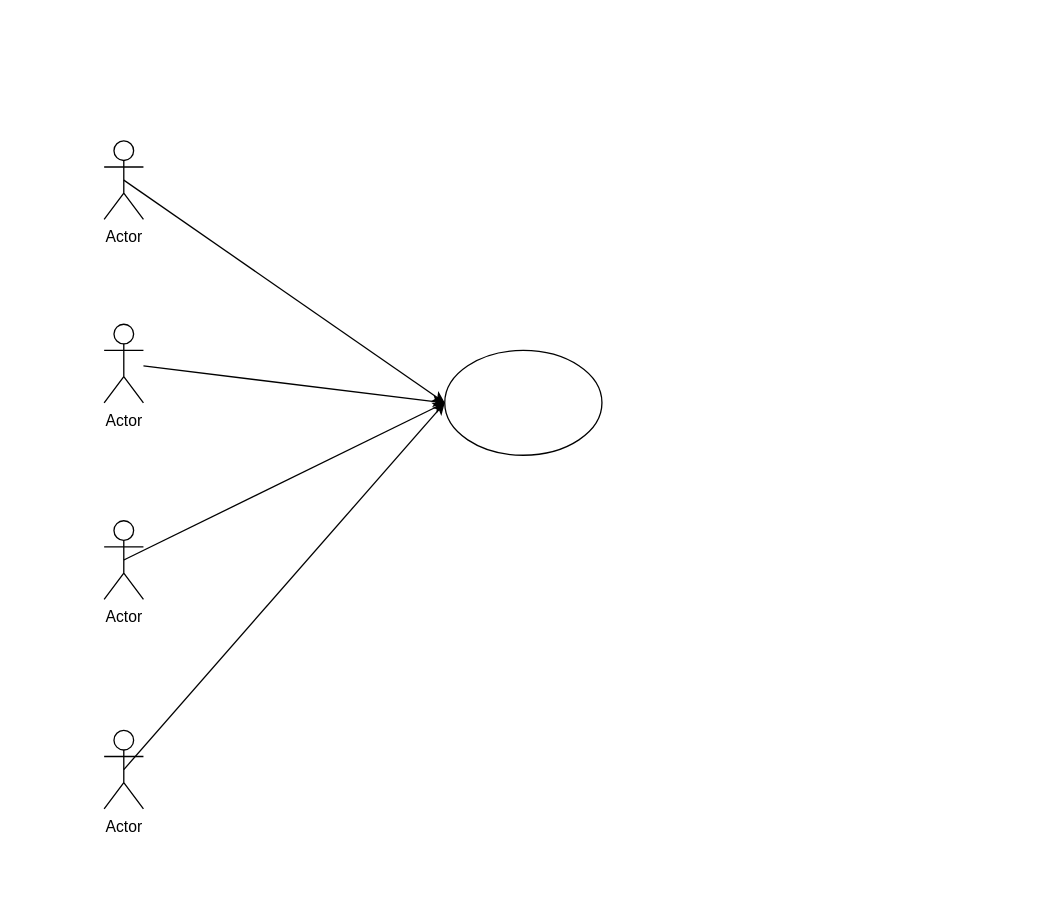
Earlier version of the draw.io diagram page "Trang-1" (1 of 2) of Biểu đồ không có tiêu đề.drawio (minhtthph42743/duan1). Source tidied: cells renumbered, new cells numbered last; positions are measured from the earlier drawing's top-left corner, leaving out a move shared by most shapes. Both pictures are drawn from the tidied source at 131%, with x=0, y=0 at pixel (103, 140).
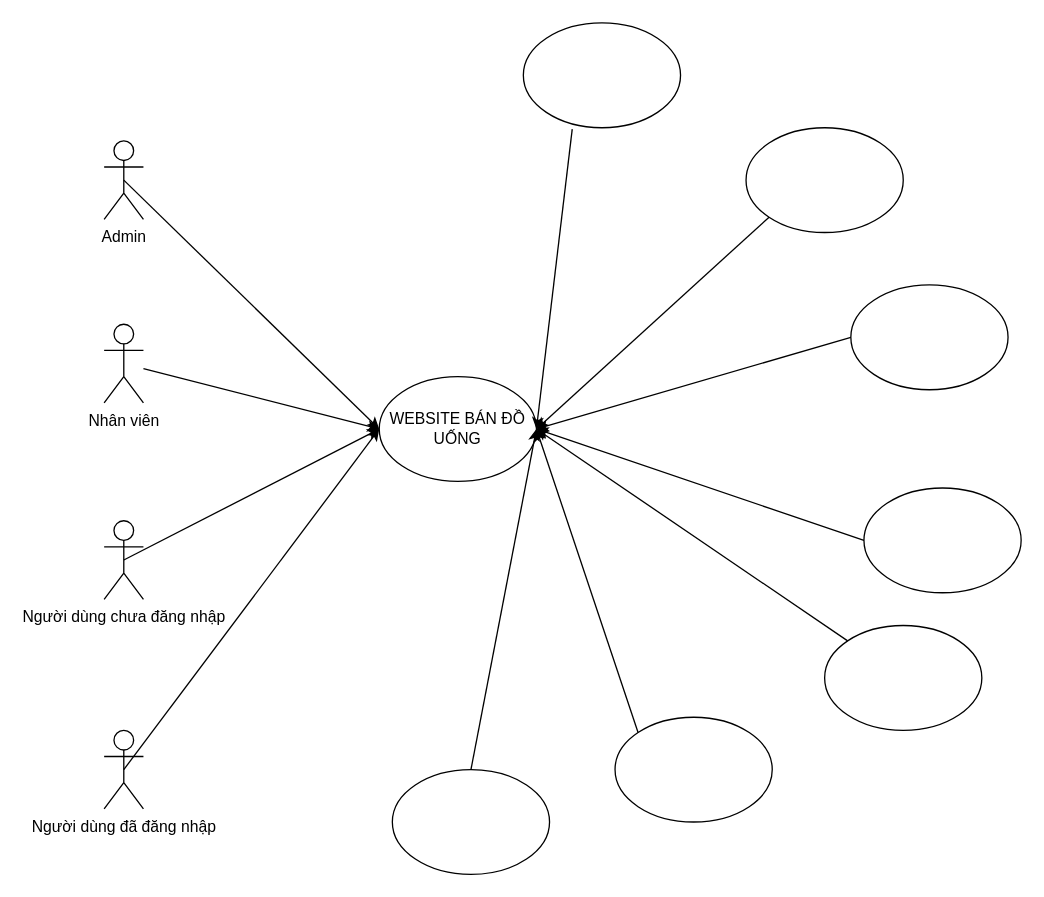
The same page after the edit.

Commit message (it also covers changes not shown here):
Cập nhật Biểu đồ không có tiêu đề.drawio

The edit, as a diff of the source:
```diff
@@
-    <mxCell id="2" value="Actor" style="shape=umlActor;verticalLabelPosition=bottom;verticalAlign=top;html=1;outlineConnect=0;" parent="1" vertex="1">
+    <mxCell id="2" value="Người dùng chưa đăng nhập" style="shape=umlActor;verticalLabelPosition=bottom;verticalAlign=top;html=1;outlineConnect=0;" parent="1" vertex="1">
       <mxGeometry y="290" width="30" height="60" as="geometry" />
     </mxCell>
-    <mxCell id="3" value="Actor" style="shape=umlActor;verticalLabelPosition=bottom;verticalAlign=top;html=1;outlineConnect=0;" parent="1" vertex="1">
+    <mxCell id="3" value="Admin" style="shape=umlActor;verticalLabelPosition=bottom;verticalAlign=top;html=1;outlineConnect=0;" parent="1" vertex="1">
       <mxGeometry width="30" height="60" as="geometry" />
     </mxCell>
-    <mxCell id="4" value="Actor" style="shape=umlActor;verticalLabelPosition=bottom;verticalAlign=top;html=1;outlineConnect=0;" parent="1" vertex="1">
+    <mxCell id="4" value="Người dùng đã đăng nhập" style="shape=umlActor;verticalLabelPosition=bottom;verticalAlign=top;html=1;outlineConnect=0;" parent="1" vertex="1">
       <mxGeometry y="450" width="30" height="60" as="geometry" />
     </mxCell>
-    <mxCell id="5" value="Actor" style="shape=umlActor;verticalLabelPosition=bottom;verticalAlign=top;html=1;outlineConnect=0;" parent="1" vertex="1">
+    <mxCell id="5" value="Nhân viên" style="shape=umlActor;verticalLabelPosition=bottom;verticalAlign=top;html=1;outlineConnect=0;" parent="1" vertex="1">
       <mxGeometry y="140" width="30" height="60" as="geometry" />
     </mxCell>
-    <mxCell id="6" style="ellipse;whiteSpace=wrap;html=1;" parent="1" vertex="1">
-      <mxGeometry x="260" y="160" width="120" height="80" as="geometry" />
+    <mxCell id="6" value="WEBSITE BÁN ĐỒ UỐNG" style="ellipse;whiteSpace=wrap;html=1;" parent="1" vertex="1">
+      <mxGeometry x="210" y="180" width="120" height="80" as="geometry" />
     </mxCell>
@@
+    <mxCell id="11" style="ellipse;whiteSpace=wrap;html=1;" parent="1" vertex="1">
+      <mxGeometry x="220" y="480" width="120" height="80" as="geometry" />
+    </mxCell>
+    <mxCell id="12" style="ellipse;whiteSpace=wrap;html=1;" parent="1" vertex="1">
+      <mxGeometry x="390" y="440" width="120" height="80" as="geometry" />
+    </mxCell>
+    <mxCell id="13" style="ellipse;whiteSpace=wrap;html=1;" parent="1" vertex="1">
+      <mxGeometry x="550" y="370" width="120" height="80" as="geometry" />
+    </mxCell>
+    <mxCell id="14" style="ellipse;whiteSpace=wrap;html=1;" parent="1" vertex="1">
+      <mxGeometry x="580" y="265" width="120" height="80" as="geometry" />
+    </mxCell>
+    <mxCell id="15" style="ellipse;whiteSpace=wrap;html=1;" parent="1" vertex="1">
+      <mxGeometry x="570" y="110" width="120" height="80" as="geometry" />
+    </mxCell>
+    <mxCell id="16" style="ellipse;whiteSpace=wrap;html=1;" parent="1" vertex="1">
+      <mxGeometry x="490" y="-10" width="120" height="80" as="geometry" />
+    </mxCell>
+    <mxCell id="17" style="ellipse;whiteSpace=wrap;html=1;" parent="1" vertex="1">
+      <mxGeometry x="320" y="-90" width="120" height="80" as="geometry" />
+    </mxCell>
+    <mxCell id="18" style="endArrow=classic;html=1;rounded=0;entryX=1;entryY=0.5;entryDx=0;entryDy=0;exitX=0.311;exitY=1.014;exitDx=0;exitDy=0;exitPerimeter=0;" parent="1" edge="1" source="17" target="6">
+      <mxGeometry relative="1" as="geometry" />
+    </mxCell>
+    <mxCell id="19" style="endArrow=classic;html=1;rounded=0;entryX=1;entryY=0.5;entryDx=0;entryDy=0;exitX=0;exitY=1;exitDx=0;exitDy=0;" parent="1" edge="1" source="16" target="6">
+      <mxGeometry relative="1" as="geometry" />
+    </mxCell>
+    <mxCell id="20" style="endArrow=classic;html=1;rounded=0;entryX=1;entryY=0.5;entryDx=0;entryDy=0;exitX=0;exitY=0.5;exitDx=0;exitDy=0;" parent="1" edge="1" source="15" target="6">
+      <mxGeometry relative="1" as="geometry" />
+    </mxCell>
+    <mxCell id="21" style="endArrow=classic;html=1;rounded=0;entryX=1;entryY=0.5;entryDx=0;entryDy=0;exitX=0;exitY=0.5;exitDx=0;exitDy=0;" parent="1" edge="1" source="14" target="6">
+      <mxGeometry relative="1" as="geometry" />
+    </mxCell>
+    <mxCell id="22" style="endArrow=classic;html=1;rounded=0;exitX=0;exitY=0;exitDx=0;exitDy=0;" parent="1" edge="1" source="13">
+      <mxGeometry relative="1" as="geometry">
+        <mxPoint x="330" y="220" as="targetPoint" />
+      </mxGeometry>
+    </mxCell>
+    <mxCell id="23" style="endArrow=classic;html=1;rounded=0;entryX=1;entryY=0.5;entryDx=0;entryDy=0;exitX=0;exitY=0;exitDx=0;exitDy=0;" parent="1" edge="1" source="12" target="6">
+      <mxGeometry relative="1" as="geometry" />
+    </mxCell>
+    <mxCell id="24" style="endArrow=classic;html=1;rounded=0;entryX=1;entryY=0.5;entryDx=0;entryDy=0;exitX=0.5;exitY=0;exitDx=0;exitDy=0;" parent="1" edge="1" source="11" target="6">
+      <mxGeometry relative="1" as="geometry" />
+    </mxCell>
```
